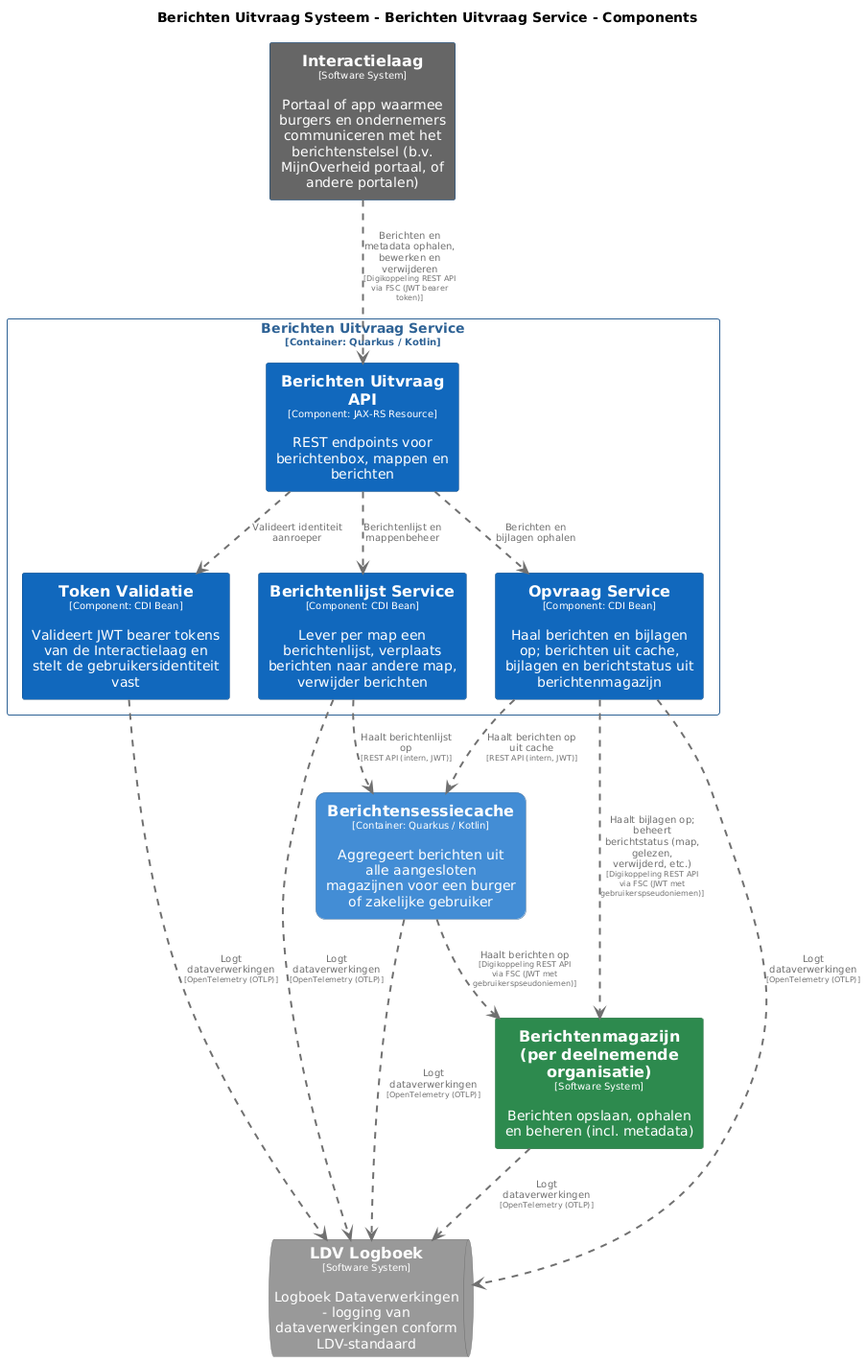
MinBZK/moza-poc-fbs-berichtenbox keeps this PlantUML diagram as pr-preview/pr-22/master/png/BerichtenUitvraagServiceComponenten.png. Above is the earlier version.
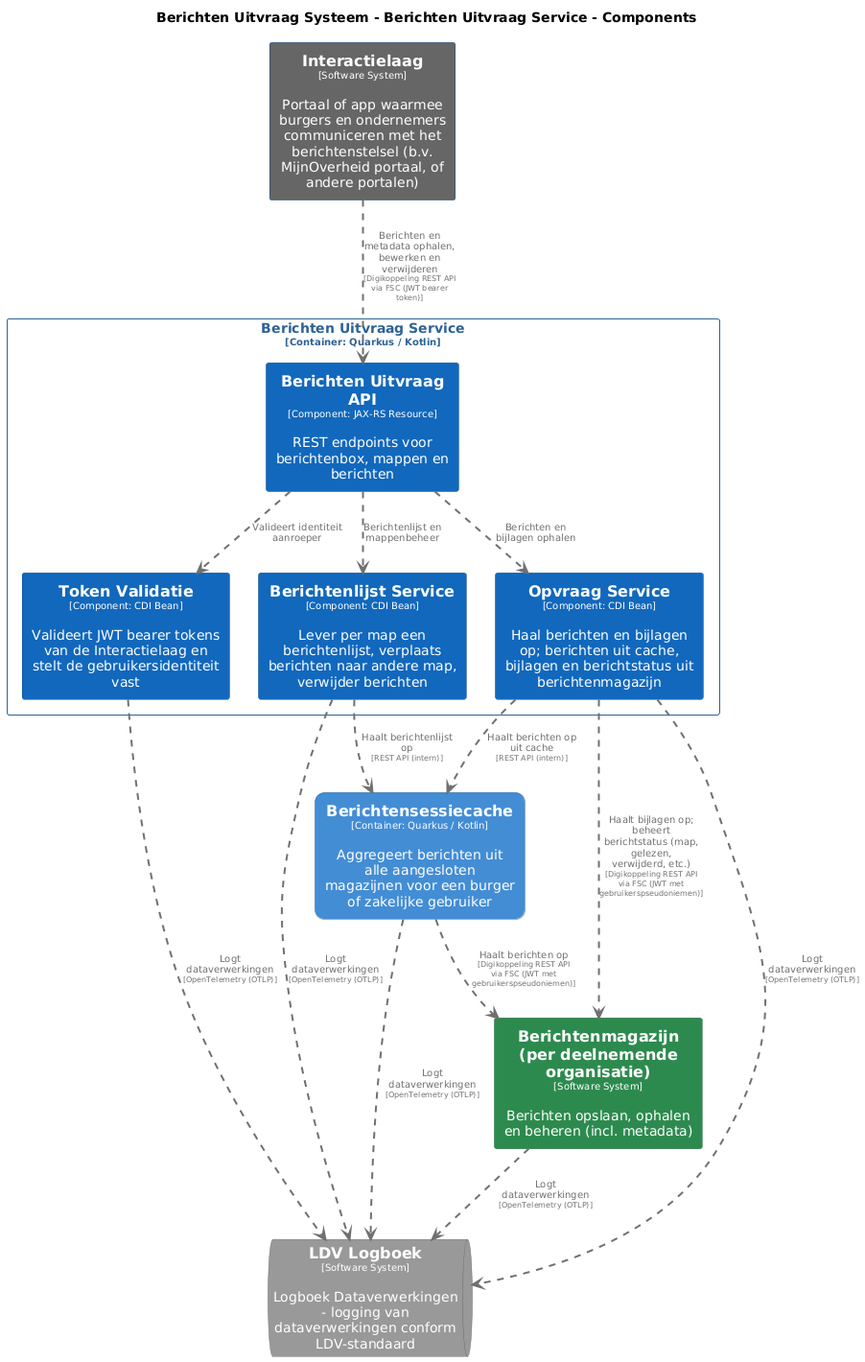
After the commit.

Diff of the diagram source:
```diff
@@ -91,8 +91,8 @@
 BerichtenUitvraagSysteem.BerichtenUitvraagService.BerichtenUitvraagAPI .[#707070,thickness=2].> BerichtenUitvraagSysteem.BerichtenUitvraagService.TokenValidatie : "<color:#707070>Valideert identiteit aanroeper"
 BerichtenUitvraagSysteem.BerichtenUitvraagService.BerichtenUitvraagAPI .[#707070,thickness=2].> BerichtenUitvraagSysteem.BerichtenUitvraagService.BerichtenlijstService : "<color:#707070>Berichtenlijst en mappenbeheer"
 BerichtenUitvraagSysteem.BerichtenUitvraagService.BerichtenUitvraagAPI .[#707070,thickness=2].> BerichtenUitvraagSysteem.BerichtenUitvraagService.OpvraagService : "<color:#707070>Berichten en bijlagen ophalen"
-BerichtenUitvraagSysteem.BerichtenUitvraagService.OpvraagService .[#707070,thickness=2].> BerichtenUitvraagSysteem.Berichtensessiecache : "<color:#707070>Haalt berichten op uit cache\n<color:#707070><size:8>[REST API (intern, JWT)]</size>"
-BerichtenUitvraagSysteem.BerichtenUitvraagService.BerichtenlijstService .[#707070,thickness=2].> BerichtenUitvraagSysteem.Berichtensessiecache : "<color:#707070>Haalt berichtenlijst op\n<color:#707070><size:8>[REST API (intern, JWT)]</size>"
+BerichtenUitvraagSysteem.BerichtenUitvraagService.OpvraagService .[#707070,thickness=2].> BerichtenUitvraagSysteem.Berichtensessiecache : "<color:#707070>Haalt berichten op uit cache\n<color:#707070><size:8>[REST API (intern)]</size>"
+BerichtenUitvraagSysteem.BerichtenUitvraagService.BerichtenlijstService .[#707070,thickness=2].> BerichtenUitvraagSysteem.Berichtensessiecache : "<color:#707070>Haalt berichtenlijst op\n<color:#707070><size:8>[REST API (intern)]</size>"
 Interactielaag .[#707070,thickness=2].> BerichtenUitvraagSysteem.BerichtenUitvraagService.BerichtenUitvraagAPI : "<color:#707070>Berichten en metadata ophalen, bewerken en verwijderen\n<color:#707070><size:8>[Digikoppeling REST API via FSC (JWT bearer token)]</size>"
 BerichtenUitvraagSysteem.BerichtenUitvraagService.OpvraagService .[#707070,thickness=2].> Berichtenmagazijnperdeelnemendeorganisatie : "<color:#707070>Haalt bijlagen op; beheert berichtstatus (map, gelezen, verwijderd, etc.)\n<color:#707070><size:8>[Digikoppeling REST API via FSC (JWT met gebruikerspseudoniemen)]</size>"
 @enduml
```
